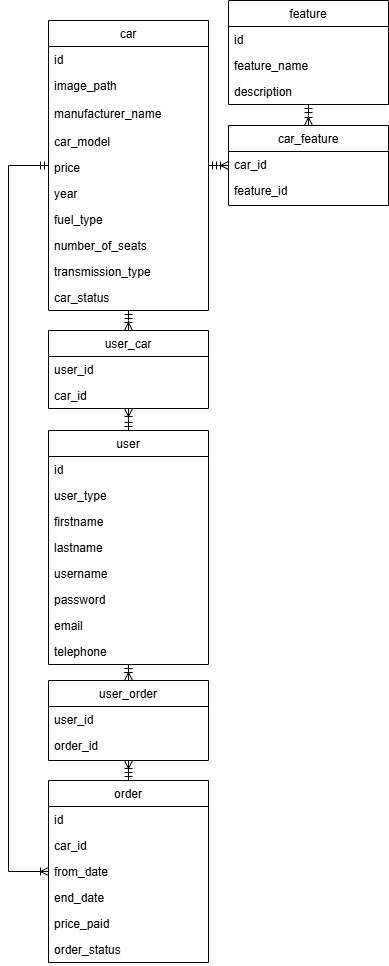
This is Doc/databaseScheme.drawio.png from Nezerpz/IDATA2306-Project-2025, a draw.io export, as it was before one commit. Source tidied: cells renumbered, new cells last; positions are measured from the earlier drawing's top-left corner, leaving out a move shared by most shapes.
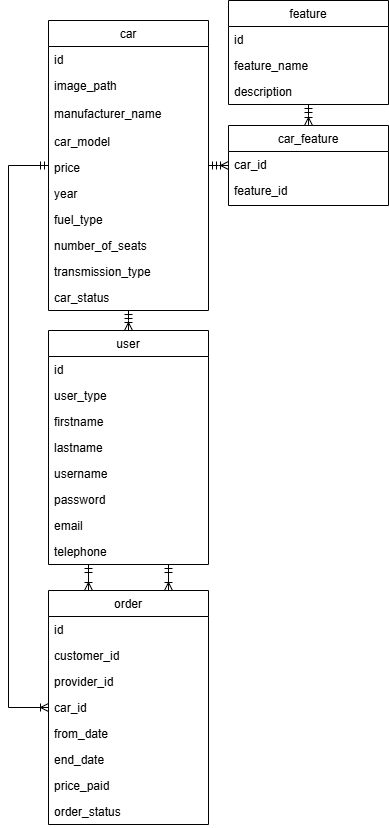
Later version of the same file.

Change to the diagram source:
```diff
@@ -35,29 +35,32 @@
     <mxCell id="12" value="car_status&#10;" style="text;align=left;verticalAlign=top;spacingLeft=4;spacingRight=4;overflow=hidden;" parent="2" vertex="1">
       <mxGeometry y="264" width="160" height="26" as="geometry" />
     </mxCell>
-    <mxCell id="13" style="edgeStyle=orthogonalEdgeStyle;rounded=0;jettySize=auto;html=1;exitX=0.5;exitY=0;exitDx=0;exitDy=0;entryX=0.5;entryY=1;entryDx=0;entryDy=0;endArrow=ERoneToMany;endFill=0;startArrow=ERmandOne;startFill=0;" parent="1" edge="1" source="14" target="46">
-      <mxGeometry relative="1" as="geometry" />
-    </mxCell>
     <mxCell id="14" value="order" style="swimlane;fontStyle=0;align=center;verticalAlign=top;horizontal=1;startSize=26;rounded=0;shadow=0;strokeWidth=1;" parent="1" vertex="1">
-      <mxGeometry x="40" y="780" width="160" height="182" as="geometry" />
+      <mxGeometry x="40" y="590" width="160" height="234" as="geometry" />
     </mxCell>
     <mxCell id="15" value="id" style="text;align=left;verticalAlign=top;spacingLeft=4;spacingRight=4;overflow=hidden;" parent="14" vertex="1">
       <mxGeometry y="26" width="160" height="26" as="geometry" />
     </mxCell>
+    <mxCell id="49" value="customer_id" style="text;align=left;verticalAlign=top;spacingLeft=4;spacingRight=4;overflow=hidden;" parent="14" vertex="1">
+      <mxGeometry y="52" width="160" height="26" as="geometry" />
+    </mxCell>
+    <mxCell id="50" value="provider_id" style="text;align=left;verticalAlign=top;spacingLeft=4;spacingRight=4;overflow=hidden;" parent="14" vertex="1">
+      <mxGeometry y="78" width="160" height="26" as="geometry" />
+    </mxCell>
     <mxCell id="16" value="car_id" style="text;align=left;verticalAlign=top;spacingLeft=4;spacingRight=4;overflow=hidden;" parent="14" vertex="1">
-      <mxGeometry y="52" width="160" height="26" as="geometry" />
+      <mxGeometry y="104" width="160" height="26" as="geometry" />
     </mxCell>
     <mxCell id="17" value="from_date" style="text;align=left;verticalAlign=top;spacingLeft=4;spacingRight=4;overflow=hidden;" parent="14" vertex="1">
-      <mxGeometry y="78" width="160" height="26" as="geometry" />
+      <mxGeometry y="130" width="160" height="26" as="geometry" />
     </mxCell>
     <mxCell id="18" value="end_date" style="text;align=left;verticalAlign=top;spacingLeft=4;spacingRight=4;overflow=hidden;" parent="14" vertex="1">
-      <mxGeometry y="104" width="160" height="26" as="geometry" />
+      <mxGeometry y="156" width="160" height="26" as="geometry" />
     </mxCell>
     <mxCell id="19" value="price_paid" style="text;align=left;verticalAlign=top;spacingLeft=4;spacingRight=4;overflow=hidden;" parent="14" vertex="1">
-      <mxGeometry y="130" width="160" height="26" as="geometry" />
+      <mxGeometry y="182" width="160" height="26" as="geometry" />
     </mxCell>
     <mxCell id="20" value="order_status&#10;" style="text;align=left;verticalAlign=top;spacingLeft=4;spacingRight=4;overflow=hidden;" parent="14" vertex="1">
-      <mxGeometry y="156" width="160" height="26" as="geometry" />
+      <mxGeometry y="208" width="160" height="26" as="geometry" />
     </mxCell>
     <mxCell id="21" value="car_feature" style="swimlane;fontStyle=0;align=center;verticalAlign=top;horizontal=1;startSize=26;rounded=0;shadow=0;strokeWidth=1;" parent="1" vertex="1">
       <mxGeometry x="220" y="125" width="160" height="80" as="geometry" />
@@ -71,11 +74,8 @@
     <mxCell id="24" style="endArrow=ERoneToMany;html=1;rounded=0;startArrow=ERmandOne;startFill=0;endFill=0;edgeStyle=elbowEdgeStyle;elbow=vertical;exitX=1;exitY=0.5;exitDx=0;exitDy=0;entryX=0;entryY=0.5;entryDx=0;entryDy=0;" parent="1" edge="1" source="2" target="21">
       <mxGeometry relative="1" as="geometry" />
     </mxCell>
-    <mxCell id="25" style="endArrow=ERoneToMany;html=1;rounded=0;startArrow=ERmandOne;startFill=0;endFill=0;edgeStyle=elbowEdgeStyle;elbow=vertical;exitX=0.5;exitY=0;exitDx=0;exitDy=0;entryX=0.5;entryY=1;entryDx=0;entryDy=0;" parent="1" edge="1" source="26" target="40">
-      <mxGeometry relative="1" as="geometry" />
-    </mxCell>
     <mxCell id="26" value="user" style="swimlane;fontStyle=0;align=center;verticalAlign=top;horizontal=1;startSize=26;rounded=0;shadow=0;strokeWidth=1;" parent="1" vertex="1">
-      <mxGeometry x="40" y="430" width="160" height="234" as="geometry" />
+      <mxGeometry x="40" y="330" width="160" height="234" as="geometry" />
     </mxCell>
     <mxCell id="27" value="id" style="text;align=left;verticalAlign=top;spacingLeft=4;spacingRight=4;overflow=hidden;" parent="26" vertex="1">
       <mxGeometry y="26" width="160" height="26" as="geometry" />
@@ -116,16 +116,7 @@
     <mxCell id="39" style="endArrow=ERoneToMany;html=1;rounded=0;startArrow=ERmandOne;startFill=0;endFill=0;edgeStyle=elbowEdgeStyle;elbow=vertical;exitX=0.5;exitY=1;exitDx=0;exitDy=0;entryX=0.5;entryY=0;entryDx=0;entryDy=0;" parent="1" edge="1" source="35" target="21">
       <mxGeometry relative="1" as="geometry" />
     </mxCell>
-    <mxCell id="40" value="user_car" style="swimlane;fontStyle=0;align=center;verticalAlign=top;horizontal=1;startSize=26;rounded=0;shadow=0;strokeWidth=1;" parent="1" vertex="1">
-      <mxGeometry x="40" y="330" width="160" height="78" as="geometry" />
-    </mxCell>
-    <mxCell id="41" value="user_id" style="text;align=left;verticalAlign=top;spacingLeft=4;spacingRight=4;overflow=hidden;" parent="40" vertex="1">
-      <mxGeometry y="26" width="160" height="26" as="geometry" />
-    </mxCell>
-    <mxCell id="42" value="car_id" style="text;align=left;verticalAlign=top;spacingLeft=4;spacingRight=4;overflow=hidden;" parent="40" vertex="1">
-      <mxGeometry y="52" width="160" height="26" as="geometry" />
-    </mxCell>
-    <mxCell id="43" style="endArrow=ERoneToMany;html=1;rounded=0;startArrow=ERmandOne;startFill=0;endFill=0;edgeStyle=elbowEdgeStyle;elbow=vertical;exitX=0.5;exitY=1;exitDx=0;exitDy=0;entryX=0.5;entryY=0;entryDx=0;entryDy=0;" parent="1" edge="1" source="2" target="40">
+    <mxCell id="43" style="endArrow=ERoneToMany;html=1;rounded=0;startArrow=ERmandOne;startFill=0;endFill=0;edgeStyle=elbowEdgeStyle;elbow=vertical;exitX=0.5;exitY=1;exitDx=0;exitDy=0;entryX=0.5;entryY=0;entryDx=0;entryDy=0;" parent="1" edge="1" source="2" target="26">
       <mxGeometry relative="1" as="geometry" />
     </mxCell>
     <mxCell id="44" style="endArrow=ERoneToMany;html=1;rounded=0;startArrow=ERmandOne;startFill=0;endFill=0;edgeStyle=elbowEdgeStyle;elbow=vertical;entryX=0;entryY=0.5;entryDx=0;entryDy=0;exitX=0;exitY=0.5;exitDx=0;exitDy=0;" parent="1" edge="1" source="2" target="14">
@@ -135,17 +126,11 @@
         </Array>
       </mxGeometry>
     </mxCell>
-    <mxCell id="45" style="edgeStyle=orthogonalEdgeStyle;rounded=0;jettySize=auto;html=1;exitX=0.5;exitY=0;exitDx=0;exitDy=0;entryX=0.5;entryY=1;entryDx=0;entryDy=0;endArrow=ERmandOne;endFill=0;startArrow=ERoneToMany;startFill=0;" parent="1" edge="1" source="46" target="26">
+    <mxCell id="45" style="edgeStyle=orthogonalEdgeStyle;rounded=0;jettySize=auto;html=1;exitX=0.25;exitY=0;exitDx=0;exitDy=0;endArrow=ERmandOne;endFill=0;startArrow=ERoneToMany;startFill=0;entryX=0.25;entryY=1;entryDx=0;entryDy=0;" parent="1" edge="1" source="14" target="26">
       <mxGeometry relative="1" as="geometry" />
     </mxCell>
-    <mxCell id="46" value="user_order" style="swimlane;fontStyle=0;align=center;verticalAlign=top;horizontal=1;startSize=26;rounded=0;shadow=0;strokeWidth=1;" parent="1" vertex="1">
-      <mxGeometry x="40" y="680" width="160" height="80" as="geometry" />
-    </mxCell>
-    <mxCell id="47" value="user_id" style="text;align=left;verticalAlign=top;spacingLeft=4;spacingRight=4;overflow=hidden;" parent="46" vertex="1">
-      <mxGeometry y="26" width="160" height="26" as="geometry" />
-    </mxCell>
-    <mxCell id="48" value="order_id" style="text;align=left;verticalAlign=top;spacingLeft=4;spacingRight=4;overflow=hidden;" parent="46" vertex="1">
-      <mxGeometry y="52" width="160" height="26" as="geometry" />
-    </mxCell>
+    <mxCell id="51" style="edgeStyle=orthogonalEdgeStyle;rounded=0;jettySize=auto;html=1;exitX=0.75;exitY=0;exitDx=0;exitDy=0;endArrow=ERmandOne;endFill=0;startArrow=ERoneToMany;startFill=0;entryX=0.75;entryY=1;entryDx=0;entryDy=0;" parent="1" edge="1" source="14" target="26">
+      <mxGeometry relative="1" as="geometry" />
+    </mxCell>
   </root>
 </mxGraphModel>
```
